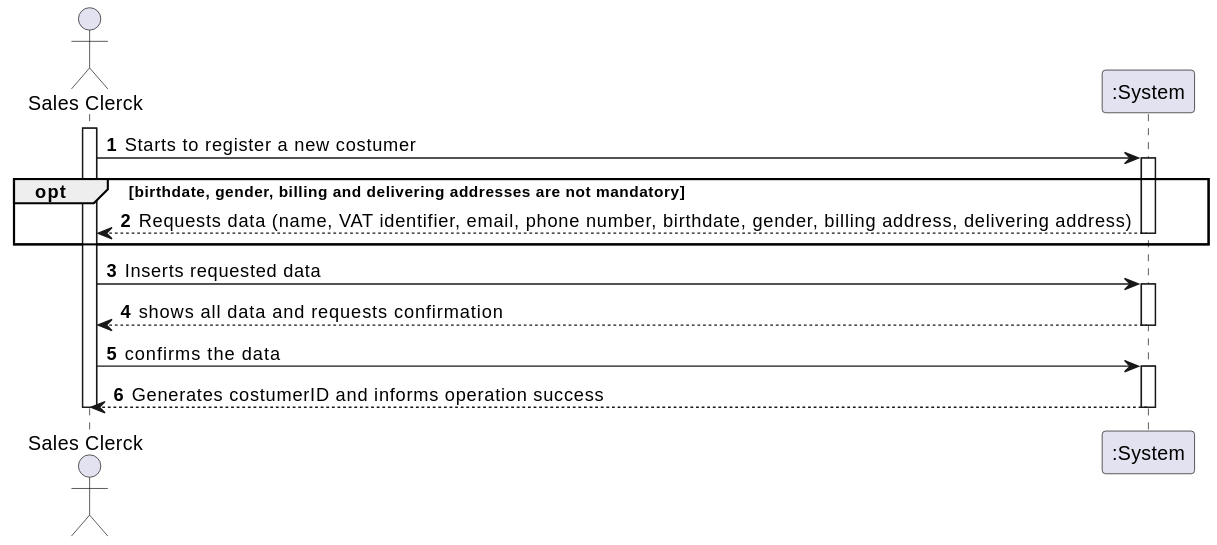
Above: docs/Sprint2/US1003/US1003_SSD.svg in marttuga/LAPR4-SmartSystems (PlantUML), before the change. The source it was exported from:
```plantuml
@startuml
autonumber
actor "Sales Clerck" as SC

activate SC

SC -> ":System" : Starts to register a new costumer
activate ":System"
opt birthdate, gender, billing and delivering addresses are not mandatory
":System" --> SC : Requests data (name, VAT identifier, email, phone number, birthdate, gender, billing address, delivering address)
deactivate ":System"
end opt


SC -> ":System" : Inserts requested data
activate ":System"

":System" --> SC :shows all data and requests confirmation
deactivate ":System"


SC -> ":System" : confirms the data
activate ":System"
":System" --> SC : Generates costumerID and informs operation success
deactivate ":System"

deactivate SC

@enduml
```
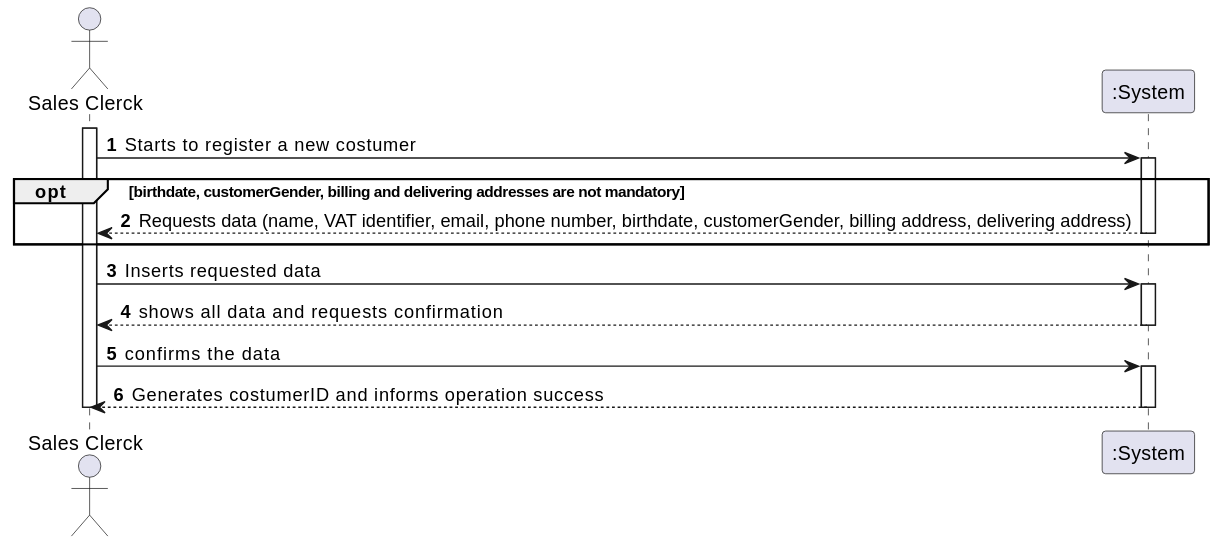
After the change.

What changed in the source:
```diff
@@ -6,8 +6,8 @@
 
 SC -> ":System" : Starts to register a new costumer
 activate ":System"
-opt birthdate, gender, billing and delivering addresses are not mandatory
-":System" --> SC : Requests data (name, VAT identifier, email, phone number, birthdate, gender, billing address, delivering address)
+opt birthdate, customerGender, billing and delivering addresses are not mandatory
+":System" --> SC : Requests data (name, VAT identifier, email, phone number, birthdate, customerGender, billing address, delivering address)
 deactivate ":System"
 end opt
 
```
